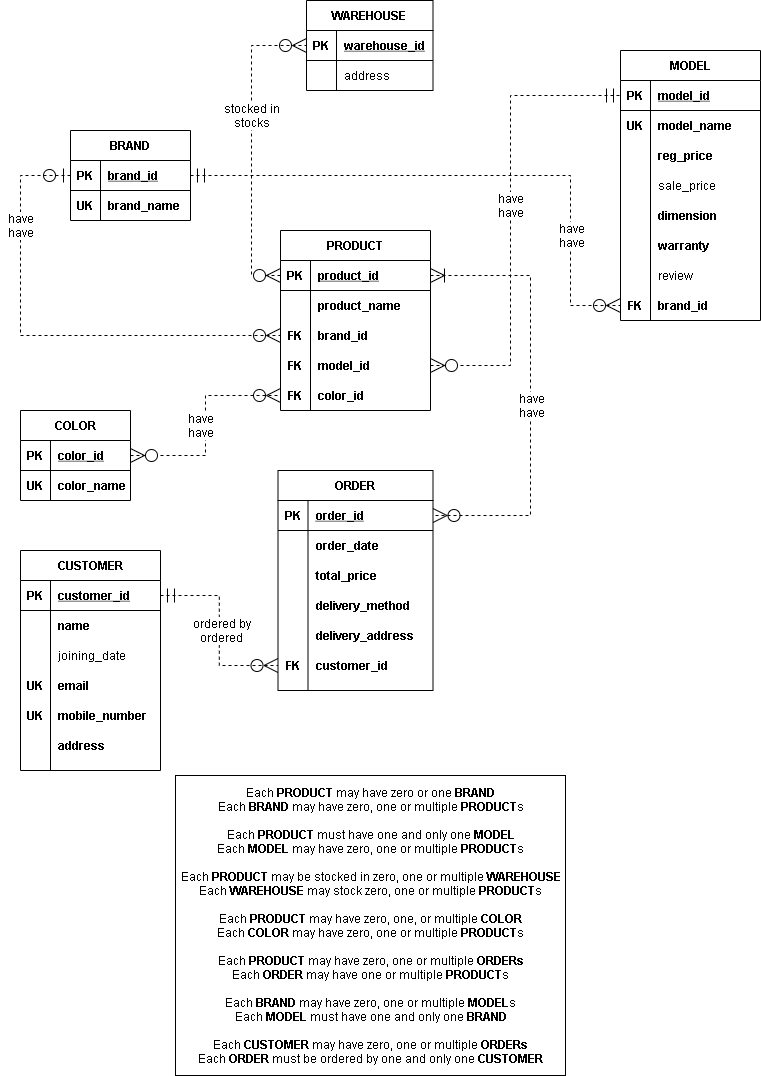
Earlier version of the draw.io export Project/ER-Diargram-Page-1.drawio.png (asiffmahmudd/database-csd2206). Source tidied: cells renumbered, new cells last; positions are measured from the earlier drawing's top-left corner, leaving out a move shared by most shapes.
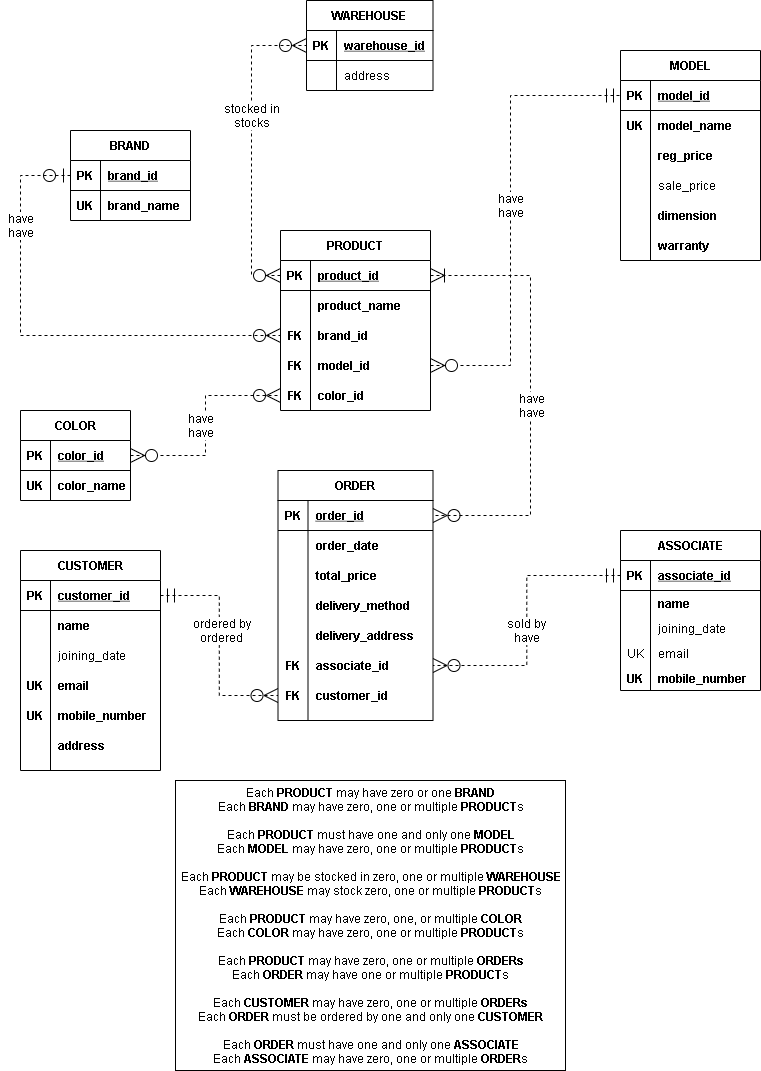
After the commit.

The edit, as a diff of the source:
```diff
@@ -24,7 +24,7 @@
       <mxGeometry x="30" width="90" height="30" as="geometry" />
     </mxCell>
     <mxCell id="9" value="MODEL" style="shape=table;startSize=30;rowLines=0;fontStyle=1;align=center;" parent="1" vertex="1">
-      <mxGeometry x="620" y="50" width="140" height="270" as="geometry" />
+      <mxGeometry x="620" y="50" width="140" height="210" as="geometry" />
     </mxCell>
     <mxCell id="10" style="shape=partialRectangle;fillColor=none;top=0;left=0;bottom=1;right=0;points=[[0,0.5],[1,0.5]];portConstraint=eastwest;" parent="9" vertex="1">
       <mxGeometry y="30" width="140" height="30" as="geometry" />
@@ -80,24 +80,6 @@
     <mxCell id="27" value="warranty" style="shape=partialRectangle;fillColor=none;top=0;left=0;bottom=0;right=0;align=left;spacingLeft=6;overflow=hidden;fontStyle=1;" parent="25" vertex="1">
       <mxGeometry x="30" width="110" height="30" as="geometry" />
     </mxCell>
-    <mxCell id="28" style="shape=partialRectangle;fillColor=none;top=0;left=0;bottom=0;right=0;" parent="9" vertex="1">
-      <mxGeometry y="210" width="140" height="30" as="geometry" />
-    </mxCell>
-    <mxCell id="29" style="shape=partialRectangle;fillColor=none;top=0;left=0;bottom=0;right=0;overflow=hidden;" parent="28" vertex="1">
-      <mxGeometry width="30" height="30" as="geometry" />
-    </mxCell>
-    <mxCell id="30" value="review" style="shape=partialRectangle;fillColor=none;top=0;left=0;bottom=0;right=0;align=left;spacingLeft=6;overflow=hidden;fontStyle=0;" parent="28" vertex="1">
-      <mxGeometry x="30" width="110" height="30" as="geometry" />
-    </mxCell>
-    <mxCell id="31" style="shape=partialRectangle;fillColor=none;top=0;left=0;bottom=0;right=0;points=[[0,0.5],[1,0.5]];portConstraint=eastwest;" parent="9" vertex="1">
-      <mxGeometry y="240" width="140" height="30" as="geometry" />
-    </mxCell>
-    <mxCell id="32" value="FK" style="shape=partialRectangle;fillColor=none;top=0;left=0;bottom=0;right=0;overflow=hidden;fontStyle=1;" parent="31" vertex="1">
-      <mxGeometry width="30" height="30" as="geometry" />
-    </mxCell>
-    <mxCell id="33" value="brand_id" style="shape=partialRectangle;fillColor=none;top=0;left=0;bottom=0;right=0;align=left;spacingLeft=6;overflow=hidden;fontStyle=1;" parent="31" vertex="1">
-      <mxGeometry x="30" width="110" height="30" as="geometry" />
-    </mxCell>
     <mxCell id="34" value="PRODUCT" style="shape=table;startSize=30;rowLines=0;fontStyle=1;align=center;" parent="1" vertex="1">
       <mxGeometry x="280" y="230" width="150" height="180" as="geometry" />
     </mxCell>
@@ -146,14 +128,6 @@
     <mxCell id="49" value="color_id" style="shape=partialRectangle;fillColor=none;top=0;left=0;bottom=0;right=0;align=left;spacingLeft=6;overflow=hidden;fontStyle=1;" parent="47" vertex="1">
       <mxGeometry x="30" width="120" height="30" as="geometry" />
     </mxCell>
-    <mxCell id="50" style="endArrow=ERzeroToMany;dashed=1;html=1;rounded=0;edgeStyle=orthogonalEdgeStyle;exitX=1;exitY=0.5;exitDx=0;exitDy=0;entryX=0;entryY=0.5;entryDx=0;entryDy=0;endSize=12;startSize=12;startArrow=ERmandOne;startFill=0;endFill=0;" parent="1" edge="1" source="3" target="31">
-      <mxGeometry relative="1" as="geometry">
-        <Array as="points">
-          <mxPoint x="570" y="175" />
-          <mxPoint x="570" y="305" />
-        </Array>
-      </mxGeometry>
-    </mxCell>
     <mxCell id="51" style="endArrow=ERmandOne;dashed=1;html=1;rounded=0;edgeStyle=orthogonalEdgeStyle;entryX=0;entryY=0.5;entryDx=0;entryDy=0;endSize=12;startSize=12;startArrow=ERzeroToMany;startFill=1;endFill=0;" parent="1" edge="1" source="44" target="10">
       <mxGeometry relative="1" as="geometry">
         <Array as="points">
@@ -194,9 +168,6 @@
     <mxCell id="60" style="endArrow=ERzeroToMany;dashed=1;html=1;rounded=0;startSize=12;endSize=12;edgeStyle=orthogonalEdgeStyle;exitX=1;exitY=0.5;exitDx=0;exitDy=0;entryX=0;entryY=0.5;entryDx=0;entryDy=0;endFill=0;startArrow=ERzeroToMany;startFill=1;" parent="1" edge="1" source="54" target="47">
       <mxGeometry relative="1" as="geometry" />
     </mxCell>
-    <mxCell id="61" value="have&lt;br&gt;have" style="text;html=1;align=center;verticalAlign=middle;fillColor=none;strokeColor=none;rounded=0;labelBackgroundColor=default;" parent="1" vertex="1">
-      <mxGeometry x="551" y="220" width="40" height="30" as="geometry" />
-    </mxCell>
     <mxCell id="62" value="have&lt;br&gt;have" style="text;html=1;align=center;verticalAlign=middle;fillColor=none;strokeColor=none;rounded=0;labelBackgroundColor=default;" parent="1" vertex="1">
       <mxGeometry x="490" y="190" width="40" height="30" as="geometry" />
     </mxCell>
@@ -207,7 +178,7 @@
       <mxGeometry x="180" y="410" width="40" height="30" as="geometry" />
     </mxCell>
     <mxCell id="65" value="ORDER" style="shape=table;startSize=30;rowLines=0;fontStyle=1;align=center;labelBackgroundColor=default;" parent="1" vertex="1">
-      <mxGeometry x="277.5" y="470" width="155" height="220" as="geometry" />
+      <mxGeometry x="277.5" y="470" width="155" height="250" as="geometry" />
     </mxCell>
     <mxCell id="66" style="shape=partialRectangle;fillColor=none;top=0;left=0;bottom=1;right=0;points=[[0,0.5],[1,0.5]];portConstraint=eastwest;labelBackgroundColor=default;" parent="65" vertex="1">
       <mxGeometry y="30" width="155" height="30" as="geometry" />
@@ -254,8 +225,17 @@
     <mxCell id="80" value="delivery_address" style="shape=partialRectangle;fillColor=none;top=0;left=0;bottom=0;right=0;align=left;spacingLeft=6;overflow=hidden;labelBackgroundColor=default;fontStyle=1;" parent="78" vertex="1">
       <mxGeometry x="30" width="125" height="30" as="geometry" />
     </mxCell>
+    <mxCell id="117" style="shape=partialRectangle;fillColor=none;top=0;left=0;bottom=0;right=0;points=[[0,0.5],[1,0.5]];portConstraint=eastwest;labelBackgroundColor=default;" parent="65" vertex="1">
+      <mxGeometry y="180" width="155" height="30" as="geometry" />
+    </mxCell>
+    <mxCell id="32" value="FK" style="shape=partialRectangle;fillColor=none;top=0;left=0;bottom=0;right=0;overflow=hidden;labelBackgroundColor=default;fontStyle=1;" parent="117" vertex="1">
+      <mxGeometry width="30" height="30" as="geometry" />
+    </mxCell>
+    <mxCell id="118" value="associate_id" style="shape=partialRectangle;fillColor=none;top=0;left=0;bottom=0;right=0;align=left;spacingLeft=6;overflow=hidden;labelBackgroundColor=default;fontStyle=1;" parent="117" vertex="1">
+      <mxGeometry x="30" width="125" height="30" as="geometry" />
+    </mxCell>
     <mxCell id="81" style="shape=partialRectangle;fillColor=none;top=0;left=0;bottom=0;right=0;points=[[0,0.5],[1,0.5]];portConstraint=eastwest;labelBackgroundColor=default;" parent="65" vertex="1">
-      <mxGeometry y="180" width="155" height="30" as="geometry" />
+      <mxGeometry y="210" width="155" height="30" as="geometry" />
     </mxCell>
     <mxCell id="82" value="FK" style="shape=partialRectangle;fillColor=none;top=0;left=0;bottom=0;right=0;overflow=hidden;labelBackgroundColor=default;fontStyle=1;" parent="81" vertex="1">
       <mxGeometry width="30" height="30" as="geometry" />
@@ -369,8 +349,62 @@
     <mxCell id="115" value="ordered by&lt;br&gt;ordered" style="text;html=1;align=center;verticalAlign=middle;fillColor=none;strokeColor=none;rounded=0;labelBackgroundColor=default;" parent="1" vertex="1">
       <mxGeometry x="186" y="615" width="70" height="30" as="geometry" />
     </mxCell>
-    <mxCell id="116" value="&lt;div&gt;&lt;span&gt;Each &lt;/span&gt;&lt;b&gt;PRODUCT &lt;/b&gt;&lt;span&gt;may have zero or one &lt;/span&gt;&lt;b&gt;BRAND&lt;/b&gt;&lt;/div&gt;&lt;div&gt;&lt;span&gt;Each&amp;nbsp;&lt;/span&gt;&lt;b&gt;BRAND&amp;nbsp;&lt;/b&gt;&lt;span&gt;may have zero, one or multiple&amp;nbsp;&lt;/span&gt;&lt;b&gt;PRODUCT&lt;/b&gt;&lt;span&gt;s&lt;/span&gt;&lt;/div&gt;&lt;div&gt;&lt;b&gt;&lt;br&gt;&lt;/b&gt;&lt;/div&gt;&lt;div&gt;&lt;span&gt;Each&amp;nbsp;&lt;/span&gt;&lt;b&gt;PRODUCT&amp;nbsp;&lt;/b&gt;&lt;span&gt;must have one and only one&amp;nbsp;&lt;/span&gt;&lt;b&gt;MODEL&lt;/b&gt;&lt;/div&gt;&lt;div&gt;&lt;span&gt;Each&amp;nbsp;&lt;/span&gt;&lt;b&gt;MODEL&amp;nbsp;&lt;/b&gt;&lt;span&gt;may have zero, one or multiple&amp;nbsp;&lt;/span&gt;&lt;b&gt;PRODUCT&lt;/b&gt;&lt;span&gt;s&lt;/span&gt;&lt;/div&gt;&lt;div&gt;&lt;b&gt;&lt;br&gt;&lt;/b&gt;&lt;/div&gt;&lt;div&gt;&lt;span&gt;Each&amp;nbsp;&lt;/span&gt;&lt;b&gt;PRODUCT&amp;nbsp;&lt;/b&gt;&lt;span&gt;may be stocked in zero, one or multiple&amp;nbsp;&lt;/span&gt;&lt;b&gt;WAREHOUSE&lt;/b&gt;&lt;/div&gt;&lt;div&gt;&lt;span&gt;Each&amp;nbsp;&lt;/span&gt;&lt;b&gt;WAREHOUSE&amp;nbsp;&lt;/b&gt;&lt;span&gt;may stock zero, one or multiple&amp;nbsp;&lt;/span&gt;&lt;b&gt;PRODUCT&lt;/b&gt;&lt;span&gt;s&lt;/span&gt;&lt;/div&gt;&lt;div&gt;&lt;b&gt;&lt;br&gt;&lt;/b&gt;&lt;/div&gt;&lt;div&gt;&lt;span&gt;Each&amp;nbsp;&lt;/span&gt;&lt;b&gt;PRODUCT&amp;nbsp;&lt;/b&gt;&lt;span&gt;may have zero, one, or multiple&amp;nbsp;&lt;/span&gt;&lt;b&gt;COLOR&lt;/b&gt;&lt;/div&gt;&lt;div&gt;&lt;span&gt;Each&amp;nbsp;&lt;/span&gt;&lt;b&gt;COLOR&amp;nbsp;&lt;/b&gt;&lt;span&gt;may have zero, one or multiple&amp;nbsp;&lt;/span&gt;&lt;b&gt;PRODUCT&lt;/b&gt;&lt;span&gt;s&lt;/span&gt;&lt;/div&gt;&lt;div&gt;&lt;b&gt;&lt;br&gt;&lt;/b&gt;&lt;/div&gt;&lt;div&gt;&lt;span&gt;Each&amp;nbsp;&lt;/span&gt;&lt;b&gt;PRODUCT&amp;nbsp;&lt;/b&gt;&lt;span&gt;may have zero, one or multiple&amp;nbsp;&lt;/span&gt;&lt;b&gt;ORDERs&lt;/b&gt;&lt;/div&gt;&lt;div&gt;&lt;span&gt;Each&amp;nbsp;&lt;/span&gt;&lt;b&gt;ORDER&amp;nbsp;&lt;/b&gt;&lt;span&gt;may have one or multiple&amp;nbsp;&lt;/span&gt;&lt;b&gt;PRODUCT&lt;/b&gt;&lt;span&gt;s&lt;/span&gt;&lt;/div&gt;&lt;div&gt;&lt;b&gt;&lt;br&gt;&lt;/b&gt;&lt;/div&gt;&lt;div&gt;&lt;span&gt;Each&amp;nbsp;&lt;/span&gt;&lt;b&gt;BRAND&amp;nbsp;&lt;/b&gt;&lt;span&gt;may have zero, one or multiple&amp;nbsp;&lt;/span&gt;&lt;b&gt;MODEL&lt;/b&gt;&lt;span&gt;s&lt;/span&gt;&lt;/div&gt;&lt;div&gt;&lt;span&gt;Each&amp;nbsp;&lt;/span&gt;&lt;b&gt;MODEL&amp;nbsp;&lt;/b&gt;&lt;span&gt;must have one and only one &lt;/span&gt;&lt;b&gt;BRAND&lt;/b&gt;&lt;/div&gt;&lt;div&gt;&lt;b&gt;&lt;br&gt;&lt;/b&gt;&lt;/div&gt;&lt;div&gt;Each&amp;nbsp;&lt;b&gt;CUSTOMER&amp;nbsp;&lt;/b&gt;may have zero, one or multiple&amp;nbsp;&lt;b&gt;ORDERs&lt;br&gt;&lt;/b&gt;Each&amp;nbsp;&lt;b&gt;ORDER&amp;nbsp;&lt;/b&gt;must be ordered by one and only one&amp;nbsp;&lt;b&gt;CUSTOMER&lt;br&gt;&lt;/b&gt;&lt;/div&gt;" style="text;html=1;align=center;verticalAlign=middle;fillColor=default;strokeColor=default;rounded=0;labelBackgroundColor=default;" parent="1" vertex="1">
-      <mxGeometry x="175" y="775" width="390" height="300" as="geometry" />
+    <mxCell id="116" value="&lt;div&gt;&lt;span&gt;Each &lt;/span&gt;&lt;b&gt;PRODUCT &lt;/b&gt;&lt;span&gt;may have zero or one &lt;/span&gt;&lt;b&gt;BRAND&lt;/b&gt;&lt;/div&gt;&lt;div&gt;&lt;span&gt;Each&amp;nbsp;&lt;/span&gt;&lt;b&gt;BRAND&amp;nbsp;&lt;/b&gt;&lt;span&gt;may have zero, one or multiple&amp;nbsp;&lt;/span&gt;&lt;b&gt;PRODUCT&lt;/b&gt;&lt;span&gt;s&lt;/span&gt;&lt;/div&gt;&lt;div&gt;&lt;b&gt;&lt;br&gt;&lt;/b&gt;&lt;/div&gt;&lt;div&gt;&lt;span&gt;Each&amp;nbsp;&lt;/span&gt;&lt;b&gt;PRODUCT&amp;nbsp;&lt;/b&gt;&lt;span&gt;must have one and only one&amp;nbsp;&lt;/span&gt;&lt;b&gt;MODEL&lt;/b&gt;&lt;/div&gt;&lt;div&gt;&lt;span&gt;Each&amp;nbsp;&lt;/span&gt;&lt;b&gt;MODEL&amp;nbsp;&lt;/b&gt;&lt;span&gt;may have zero, one or multiple&amp;nbsp;&lt;/span&gt;&lt;b&gt;PRODUCT&lt;/b&gt;&lt;span&gt;s&lt;/span&gt;&lt;/div&gt;&lt;div&gt;&lt;b&gt;&lt;br&gt;&lt;/b&gt;&lt;/div&gt;&lt;div&gt;&lt;span&gt;Each&amp;nbsp;&lt;/span&gt;&lt;b&gt;PRODUCT&amp;nbsp;&lt;/b&gt;&lt;span&gt;may be stocked in zero, one or multiple&amp;nbsp;&lt;/span&gt;&lt;b&gt;WAREHOUSE&lt;/b&gt;&lt;/div&gt;&lt;div&gt;&lt;span&gt;Each&amp;nbsp;&lt;/span&gt;&lt;b&gt;WAREHOUSE&amp;nbsp;&lt;/b&gt;&lt;span&gt;may stock zero, one or multiple&amp;nbsp;&lt;/span&gt;&lt;b&gt;PRODUCT&lt;/b&gt;&lt;span&gt;s&lt;/span&gt;&lt;/div&gt;&lt;div&gt;&lt;b&gt;&lt;br&gt;&lt;/b&gt;&lt;/div&gt;&lt;div&gt;&lt;span&gt;Each&amp;nbsp;&lt;/span&gt;&lt;b&gt;PRODUCT&amp;nbsp;&lt;/b&gt;&lt;span&gt;may have zero, one, or multiple&amp;nbsp;&lt;/span&gt;&lt;b&gt;COLOR&lt;/b&gt;&lt;/div&gt;&lt;div&gt;&lt;span&gt;Each&amp;nbsp;&lt;/span&gt;&lt;b&gt;COLOR&amp;nbsp;&lt;/b&gt;&lt;span&gt;may have zero, one or multiple&amp;nbsp;&lt;/span&gt;&lt;b&gt;PRODUCT&lt;/b&gt;&lt;span&gt;s&lt;/span&gt;&lt;/div&gt;&lt;div&gt;&lt;b&gt;&lt;br&gt;&lt;/b&gt;&lt;/div&gt;&lt;div&gt;&lt;span&gt;Each&amp;nbsp;&lt;/span&gt;&lt;b&gt;PRODUCT&amp;nbsp;&lt;/b&gt;&lt;span&gt;may have zero, one or multiple&amp;nbsp;&lt;/span&gt;&lt;b&gt;ORDERs&lt;/b&gt;&lt;/div&gt;&lt;div&gt;&lt;span&gt;Each&amp;nbsp;&lt;/span&gt;&lt;b&gt;ORDER&amp;nbsp;&lt;/b&gt;&lt;span&gt;may have one or multiple&amp;nbsp;&lt;/span&gt;&lt;b&gt;PRODUCT&lt;/b&gt;&lt;span&gt;s&lt;/span&gt;&lt;/div&gt;&lt;div&gt;&lt;b&gt;&lt;br&gt;&lt;/b&gt;&lt;/div&gt;&lt;div&gt;Each&amp;nbsp;&lt;b&gt;CUSTOMER&amp;nbsp;&lt;/b&gt;may have zero, one or multiple&amp;nbsp;&lt;b&gt;ORDERs&lt;br&gt;&lt;/b&gt;Each&amp;nbsp;&lt;b&gt;ORDER&amp;nbsp;&lt;/b&gt;must be ordered by one and only one&amp;nbsp;&lt;b&gt;CUSTOMER&lt;br&gt;&lt;/b&gt;&lt;/div&gt;&lt;div&gt;&lt;b&gt;&lt;br&gt;&lt;/b&gt;&lt;/div&gt;&lt;div&gt;&lt;div&gt;Each&amp;nbsp;&lt;b&gt;ORDER&amp;nbsp;&lt;/b&gt;must have one and only one&amp;nbsp;&lt;b&gt;ASSOCIATE&lt;/b&gt;&lt;/div&gt;&lt;div&gt;Each&lt;b&gt;&amp;nbsp;ASSOCIATE&amp;nbsp;&lt;/b&gt;may have zero, one or multiple&amp;nbsp;&lt;b&gt;ORDER&lt;/b&gt;s&lt;/div&gt;&lt;/div&gt;" style="text;html=1;align=center;verticalAlign=middle;fillColor=default;strokeColor=default;rounded=0;labelBackgroundColor=default;" parent="1" vertex="1">
+      <mxGeometry x="175" y="780" width="390" height="290" as="geometry" />
     </mxCell>
+    <mxCell id="119" value="ASSOCIATE" style="shape=table;startSize=30;rowLines=0;fontStyle=1;align=center;labelBackgroundColor=default;" parent="1" vertex="1">
+      <mxGeometry x="620" y="530" width="140" height="160" as="geometry" />
+    </mxCell>
+    <mxCell id="120" style="shape=partialRectangle;fillColor=none;top=0;left=0;bottom=1;right=0;points=[[0,0.5],[1,0.5]];portConstraint=eastwest;labelBackgroundColor=default;" parent="119" vertex="1">
+      <mxGeometry y="30" width="140" height="30" as="geometry" />
+    </mxCell>
+    <mxCell id="121" value="PK" style="shape=partialRectangle;fillColor=none;top=0;left=0;bottom=0;right=0;fontStyle=1;overflow=hidden;labelBackgroundColor=default;" parent="120" vertex="1">
+      <mxGeometry width="30" height="30" as="geometry" />
+    </mxCell>
+    <mxCell id="122" value="associate_id" style="shape=partialRectangle;fillColor=none;top=0;left=0;bottom=0;right=0;align=left;spacingLeft=6;fontStyle=5;overflow=hidden;labelBackgroundColor=default;" parent="120" vertex="1">
+      <mxGeometry x="30" width="110" height="30" as="geometry" />
+    </mxCell>
+    <mxCell id="123" style="shape=partialRectangle;fillColor=none;top=0;left=0;bottom=0;right=0;labelBackgroundColor=default;" parent="119" vertex="1">
+      <mxGeometry y="60" width="140" height="25" as="geometry" />
+    </mxCell>
+    <mxCell id="124" style="shape=partialRectangle;fillColor=none;top=0;left=0;bottom=0;right=0;overflow=hidden;labelBackgroundColor=default;" parent="123" vertex="1">
+      <mxGeometry width="30" height="25" as="geometry" />
+    </mxCell>
+    <mxCell id="125" value="name" style="shape=partialRectangle;fillColor=none;top=0;left=0;bottom=0;right=0;align=left;spacingLeft=6;overflow=hidden;labelBackgroundColor=default;fontStyle=1;" parent="123" vertex="1">
+      <mxGeometry x="30" width="110" height="25" as="geometry" />
+    </mxCell>
+    <mxCell id="126" style="shape=partialRectangle;fillColor=none;top=0;left=0;bottom=0;right=0;labelBackgroundColor=default;" parent="119" vertex="1">
+      <mxGeometry y="85" width="140" height="25" as="geometry" />
+    </mxCell>
+    <mxCell id="127" style="shape=partialRectangle;fillColor=none;top=0;left=0;bottom=0;right=0;overflow=hidden;labelBackgroundColor=default;" parent="126" vertex="1">
+      <mxGeometry width="30" height="25" as="geometry" />
+    </mxCell>
+    <mxCell id="128" value="joining_date" style="shape=partialRectangle;fillColor=none;top=0;left=0;bottom=0;right=0;align=left;spacingLeft=6;overflow=hidden;labelBackgroundColor=default;" parent="126" vertex="1">
+      <mxGeometry x="30" width="110" height="25" as="geometry" />
+    </mxCell>
+    <mxCell id="129" style="shape=partialRectangle;fillColor=none;top=0;left=0;bottom=0;right=0;labelBackgroundColor=default;" parent="119" vertex="1">
+      <mxGeometry y="110" width="140" height="25" as="geometry" />
+    </mxCell>
+    <mxCell id="130" value="UK" style="shape=partialRectangle;fillColor=none;top=0;left=0;bottom=0;right=0;overflow=hidden;labelBackgroundColor=default;" parent="129" vertex="1">
+      <mxGeometry width="30" height="25" as="geometry" />
+    </mxCell>
+    <mxCell id="131" value="email" style="shape=partialRectangle;fillColor=none;top=0;left=0;bottom=0;right=0;align=left;spacingLeft=6;overflow=hidden;labelBackgroundColor=default;" parent="129" vertex="1">
+      <mxGeometry x="30" width="110" height="25" as="geometry" />
+    </mxCell>
+    <mxCell id="132" style="shape=partialRectangle;fillColor=none;top=0;left=0;bottom=0;right=0;labelBackgroundColor=default;" parent="119" vertex="1">
+      <mxGeometry y="135" width="140" height="25" as="geometry" />
+    </mxCell>
+    <mxCell id="133" value="UK" style="shape=partialRectangle;fillColor=none;top=0;left=0;bottom=0;right=0;overflow=hidden;labelBackgroundColor=default;fontStyle=1;" parent="132" vertex="1">
+      <mxGeometry width="30" height="25" as="geometry" />
+    </mxCell>
+    <mxCell id="134" value="mobile_number" style="shape=partialRectangle;fillColor=none;top=0;left=0;bottom=0;right=0;align=left;spacingLeft=6;overflow=hidden;labelBackgroundColor=default;fontStyle=1;" parent="132" vertex="1">
+      <mxGeometry x="30" width="110" height="25" as="geometry" />
+    </mxCell>
+    <mxCell id="135" style="endArrow=ERzeroToMany;dashed=1;html=1;rounded=0;startSize=12;endSize=12;edgeStyle=orthogonalEdgeStyle;exitX=0;exitY=0.5;exitDx=0;exitDy=0;entryX=1;entryY=0.5;entryDx=0;entryDy=0;startArrow=ERmandOne;startFill=0;endFill=0;" parent="1" edge="1" source="120" target="117">
+      <mxGeometry relative="1" as="geometry" />
+    </mxCell>
+    <mxCell id="136" value="sold by&lt;br&gt;have" style="text;html=1;align=center;verticalAlign=middle;fillColor=none;strokeColor=none;rounded=0;labelBackgroundColor=default;" parent="1" vertex="1">
+      <mxGeometry x="501" y="615" width="50" height="30" as="geometry" />
+    </mxCell>
   </root>
 </mxGraphModel>
```
